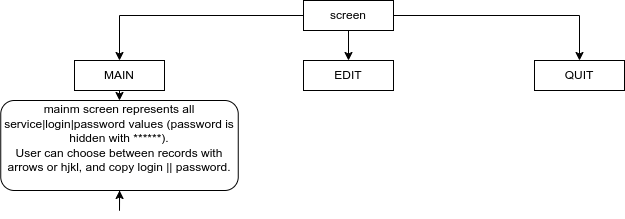
The draw.io diagram architecture.drawio.png in zedddie16/tRust, before a commit. Source tidied: cells renumbered, new cells last; positions are measured from the earlier drawing's top-left corner, leaving out a move shared by most shapes.
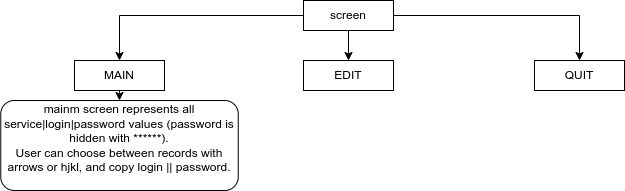
Later version of the same file.

What changed in the source:
```diff
@@ -29,8 +29,5 @@
     <mxCell id="10" value="mainm screen represents all service|login|password values (password is hidden with ******).&lt;div&gt;User can choose between records with arrows or hjkl, and copy login || password.&lt;/div&gt;&lt;div&gt;&lt;br&gt;&lt;/div&gt;" style="rounded=1;whiteSpace=wrap;html=1;" parent="1" vertex="1">
       <mxGeometry x="0.2" y="100" width="237.5" height="90" as="geometry" />
     </mxCell>
-    <mxCell id="11" style="edgeStyle=orthogonalEdgeStyle;rounded=0;orthogonalLoop=1;jettySize=auto;html=1;exitX=0.5;exitY=1;exitDx=0;exitDy=0;" parent="1" edge="1" source="10" target="10">
-      <mxGeometry relative="1" as="geometry" />
-    </mxCell>
   </root>
 </mxGraphModel>
```
